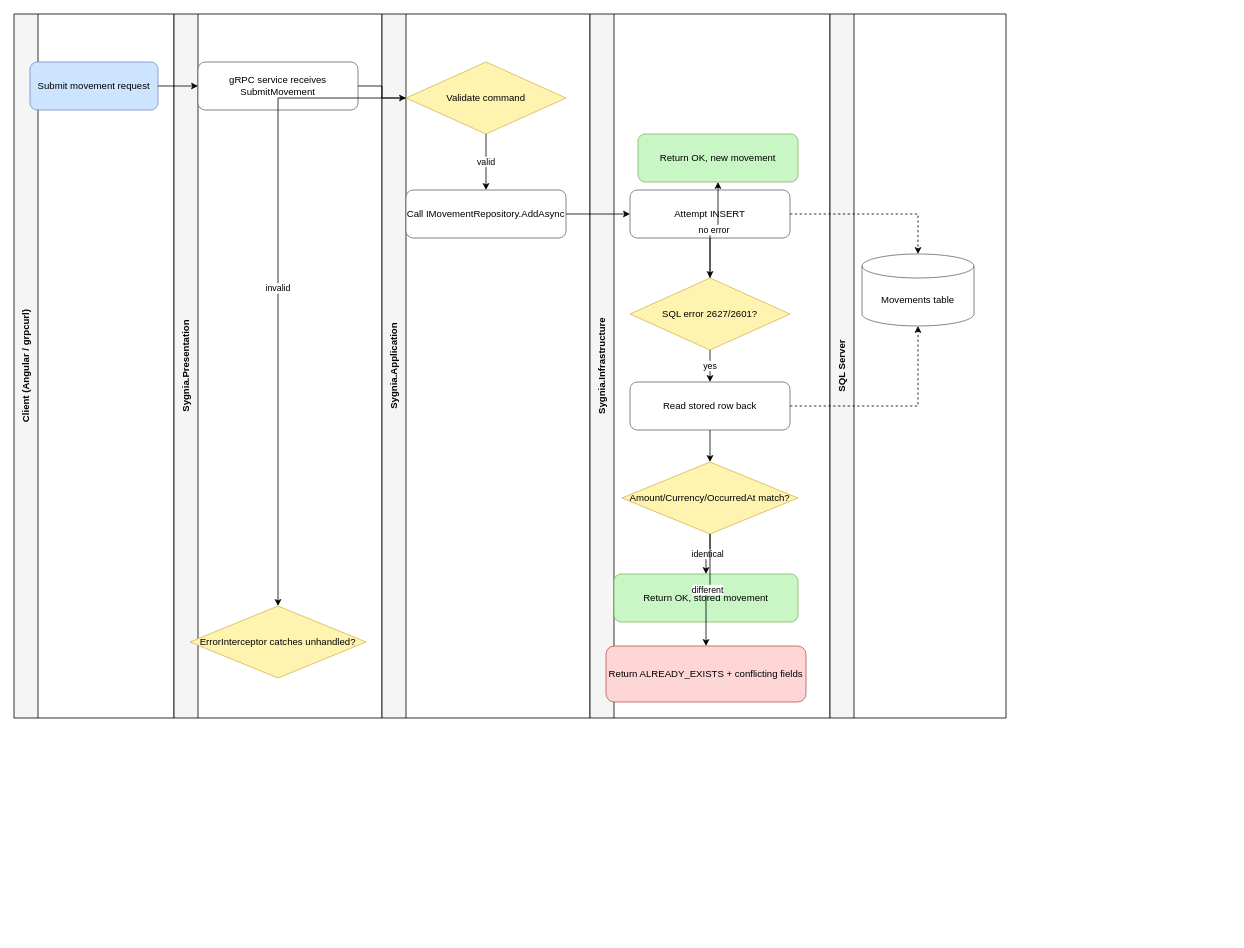
johanccs/Sygnia_Cash-Movements keeps this draw.io diagram as docs/diagrams/activity-submit-movement.drawio. Above is the earlier version. Source tidied: cells renumbered, new cells numbered last; positions are measured from the earlier drawing's top-left corner, leaving out a move shared by most shapes. Both pictures are drawn from the tidied source at 80%, with x=0, y=0 at pixel (14, 14).
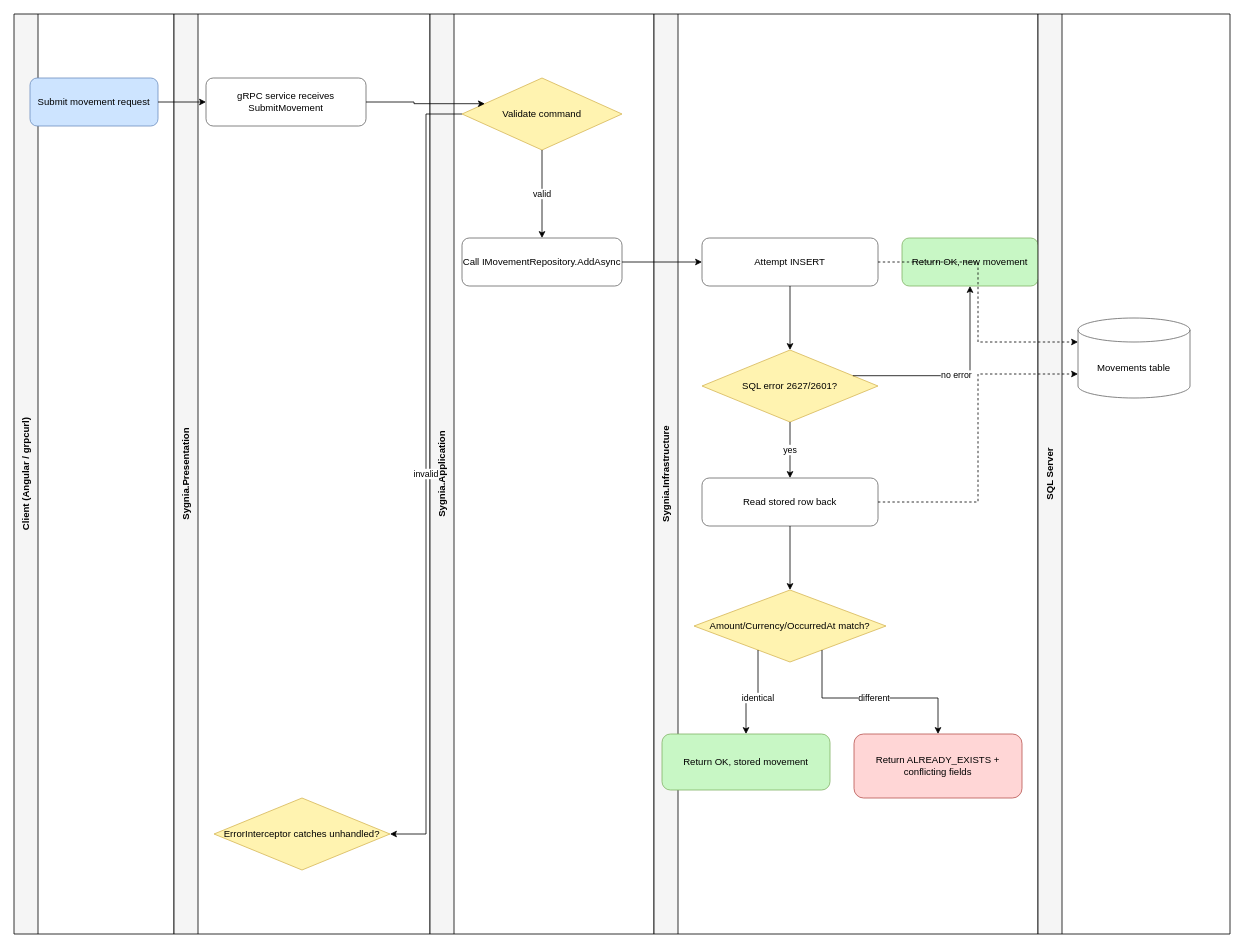
Above is the later version.

Commit message (it also covers changes not shown here):
fix: resolve overlapping shapes/arrows in activity diagram

Change to the diagram source:
```diff
@@
     <mxCell id="2" value="Client (Angular / grpcurl)" style="swimlane;horizontal=0;whiteSpace=wrap;html=1;startSize=30;fillColor=#f5f5f5;" parent="1" vertex="1">
-      <mxGeometry width="200" height="880" as="geometry" />
+      <mxGeometry width="200" height="1150" as="geometry" />
     </mxCell>
     <mxCell id="3" value="Sygnia.Presentation" style="swimlane;horizontal=0;whiteSpace=wrap;html=1;startSize=30;fillColor=#f5f5f5;" parent="1" vertex="1">
-      <mxGeometry x="200" width="260" height="880" as="geometry" />
+      <mxGeometry x="200" width="320" height="1150" as="geometry" />
     </mxCell>
     <mxCell id="4" value="Sygnia.Application" style="swimlane;horizontal=0;whiteSpace=wrap;html=1;startSize=30;fillColor=#f5f5f5;" parent="1" vertex="1">
-      <mxGeometry x="460" width="260" height="880" as="geometry" />
+      <mxGeometry x="520" width="280" height="1150" as="geometry" />
     </mxCell>
     <mxCell id="5" value="Sygnia.Infrastructure" style="swimlane;horizontal=0;whiteSpace=wrap;html=1;startSize=30;fillColor=#f5f5f5;" parent="1" vertex="1">
-      <mxGeometry x="720" width="300" height="880" as="geometry" />
+      <mxGeometry x="800" width="480" height="1150" as="geometry" />
     </mxCell>
     <mxCell id="6" value="SQL Server" style="swimlane;horizontal=0;whiteSpace=wrap;html=1;startSize=30;fillColor=#f5f5f5;" parent="1" vertex="1">
-      <mxGeometry x="1020" width="220" height="880" as="geometry" />
+      <mxGeometry x="1280" width="240" height="1150" as="geometry" />
     </mxCell>
     <mxCell id="7" value="Submit movement request" style="rounded=1;whiteSpace=wrap;html=1;fillColor=#cde4ff;strokeColor=#6c8ebf;" parent="2" vertex="1">
-      <mxGeometry x="20" y="60" width="160" height="60" as="geometry" />
+      <mxGeometry x="20" y="80" width="160" height="60" as="geometry" />
     </mxCell>
     <mxCell id="8" value="gRPC service receives SubmitMovement" style="rounded=1;whiteSpace=wrap;html=1;fillColor=#ffffff;strokeColor=#666666;" parent="3" vertex="1">
-      <mxGeometry x="30" y="60" width="200" height="60" as="geometry" />
+      <mxGeometry x="40" y="80" width="200" height="60" as="geometry" />
     </mxCell>
     <mxCell id="9" value="ErrorInterceptor catches unhandled?" style="rhombus;whiteSpace=wrap;html=1;fillColor=#fff3b0;strokeColor=#d6b656;" parent="3" vertex="1">
-      <mxGeometry x="20" y="740" width="220" height="90" as="geometry" />
+      <mxGeometry x="50" y="980" width="220" height="90" as="geometry" />
     </mxCell>
     <mxCell id="10" value="Validate command" style="rhombus;whiteSpace=wrap;html=1;fillColor=#fff3b0;strokeColor=#d6b656;" parent="4" vertex="1">
-      <mxGeometry x="30" y="60" width="200" height="90" as="geometry" />
+      <mxGeometry x="40" y="80" width="200" height="90" as="geometry" />
     </mxCell>
     <mxCell id="11" value="Call IMovementRepository.AddAsync" style="rounded=1;whiteSpace=wrap;html=1;fillColor=#ffffff;strokeColor=#666666;" parent="4" vertex="1">
-      <mxGeometry x="30" y="220" width="200" height="60" as="geometry" />
+      <mxGeometry x="40" y="280" width="200" height="60" as="geometry" />
     </mxCell>
     <mxCell id="12" value="Attempt INSERT" style="rounded=1;whiteSpace=wrap;html=1;fillColor=#ffffff;strokeColor=#666666;" parent="5" vertex="1">
-      <mxGeometry x="50" y="220" width="200" height="60" as="geometry" />
+      <mxGeometry x="60" y="280" width="220" height="60" as="geometry" />
     </mxCell>
+    <mxCell id="18" value="Return OK, new movement" style="rounded=1;whiteSpace=wrap;html=1;fillColor=#c8f7c5;strokeColor=#82b366;" parent="5" vertex="1">
+      <mxGeometry x="310" y="280" width="170" height="60" as="geometry" />
+    </mxCell>
     <mxCell id="13" value="SQL error 2627/2601?" style="rhombus;whiteSpace=wrap;html=1;fillColor=#fff3b0;strokeColor=#d6b656;" parent="5" vertex="1">
-      <mxGeometry x="50" y="330" width="200" height="90" as="geometry" />
+      <mxGeometry x="60" y="420" width="220" height="90" as="geometry" />
     </mxCell>
     <mxCell id="14" value="Read stored row back" style="rounded=1;whiteSpace=wrap;html=1;fillColor=#ffffff;strokeColor=#666666;" parent="5" vertex="1">
-      <mxGeometry x="50" y="460" width="200" height="60" as="geometry" />
+      <mxGeometry x="60" y="580" width="220" height="60" as="geometry" />
     </mxCell>
     <mxCell id="15" value="Amount/Currency/OccurredAt match?" style="rhombus;whiteSpace=wrap;html=1;fillColor=#fff3b0;strokeColor=#d6b656;" parent="5" vertex="1">
-      <mxGeometry x="40" y="560" width="220" height="90" as="geometry" />
+      <mxGeometry x="50" y="720" width="240" height="90" as="geometry" />
     </mxCell>
     <mxCell id="16" value="Return OK, stored movement" style="rounded=1;whiteSpace=wrap;html=1;fillColor=#c8f7c5;strokeColor=#82b366;" parent="5" vertex="1">
-      <mxGeometry x="30" y="700" width="230" height="60" as="geometry" />
+      <mxGeometry x="10" y="900" width="210" height="70" as="geometry" />
     </mxCell>
     <mxCell id="17" value="Return ALREADY_EXISTS + conflicting fields" style="rounded=1;whiteSpace=wrap;html=1;fillColor=#ffd6d6;strokeColor=#b85450;" parent="5" vertex="1">
-      <mxGeometry x="20" y="790" width="250" height="70" as="geometry" />
+      <mxGeometry x="250" y="900" width="210" height="80" as="geometry" />
     </mxCell>
-    <mxCell id="18" value="Return OK, new movement" style="rounded=1;whiteSpace=wrap;html=1;fillColor=#c8f7c5;strokeColor=#82b366;" parent="5" vertex="1">
-      <mxGeometry x="60" y="150" width="200" height="60" as="geometry" />
-    </mxCell>
     <mxCell id="19" value="Movements table" style="shape=cylinder3;whiteSpace=wrap;html=1;fillColor=#ffffff;strokeColor=#666666;boundedLbl=1;" parent="6" vertex="1">
-      <mxGeometry x="40" y="300" width="140" height="90" as="geometry" />
+      <mxGeometry x="50" y="380" width="140" height="100" as="geometry" />
     </mxCell>
-    <mxCell id="20" style="edgeStyle=orthogonalEdgeStyle;rounded=0;html=1;" parent="1" edge="1" source="7" target="8">
+    <mxCell id="20" style="edgeStyle=orthogonalEdgeStyle;rounded=0;html=1;exitX=1;exitY=0.5;exitDx=0;exitDy=0;entryX=0;entryY=0.5;entryDx=0;entryDy=0;" parent="1" edge="1" source="7" target="8">
       <mxGeometry relative="1" as="geometry" />
     </mxCell>
-    <mxCell id="21" style="edgeStyle=orthogonalEdgeStyle;rounded=0;html=1;" parent="1" edge="1" source="8" target="10">
+    <mxCell id="21" style="edgeStyle=orthogonalEdgeStyle;rounded=0;html=1;exitX=1;exitY=0.5;exitDx=0;exitDy=0;entryX=0;entryY=0.3;entryDx=0;entryDy=0;" parent="1" edge="1" source="8" target="10">
       <mxGeometry relative="1" as="geometry" />
     </mxCell>
-    <mxCell id="22" value="invalid" style="edgeStyle=orthogonalEdgeStyle;rounded=0;html=1;" parent="1" edge="1" source="10" target="9">
+    <mxCell id="22" value="invalid" style="edgeStyle=orthogonalEdgeStyle;rounded=0;html=1;exitX=0;exitY=0.5;exitDx=0;exitDy=0;entryX=1;entryY=0.5;entryDx=0;entryDy=0;" parent="1" edge="1" source="10" target="9">
       <mxGeometry relative="1" as="geometry" />
     </mxCell>
-    <mxCell id="23" value="valid" style="edgeStyle=orthogonalEdgeStyle;rounded=0;html=1;" parent="1" edge="1" source="10" target="11">
+    <mxCell id="23" value="valid" style="edgeStyle=orthogonalEdgeStyle;rounded=0;html=1;exitX=0.5;exitY=1;exitDx=0;exitDy=0;entryX=0.5;entryY=0;entryDx=0;entryDy=0;" parent="1" edge="1" source="10" target="11">
       <mxGeometry relative="1" as="geometry" />
     </mxCell>
-    <mxCell id="24" style="edgeStyle=orthogonalEdgeStyle;rounded=0;html=1;" parent="1" edge="1" source="11" target="12">
+    <mxCell id="24" style="edgeStyle=orthogonalEdgeStyle;rounded=0;html=1;exitX=1;exitY=0.5;exitDx=0;exitDy=0;entryX=0;entryY=0.5;entryDx=0;entryDy=0;" parent="1" edge="1" source="11" target="12">
       <mxGeometry relative="1" as="geometry" />
     </mxCell>
-    <mxCell id="25" style="edgeStyle=orthogonalEdgeStyle;rounded=0;html=1;" parent="1" edge="1" source="12" target="13">
+    <mxCell id="25" style="edgeStyle=orthogonalEdgeStyle;rounded=0;html=1;exitX=0.5;exitY=1;exitDx=0;exitDy=0;entryX=0.5;entryY=0;entryDx=0;entryDy=0;" parent="1" edge="1" source="12" target="13">
       <mxGeometry relative="1" as="geometry" />
     </mxCell>
-    <mxCell id="26" value="yes" style="edgeStyle=orthogonalEdgeStyle;rounded=0;html=1;" parent="1" edge="1" source="13" target="14">
+    <mxCell id="26" value="yes" style="edgeStyle=orthogonalEdgeStyle;rounded=0;html=1;exitX=0.5;exitY=1;exitDx=0;exitDy=0;entryX=0.5;entryY=0;entryDx=0;entryDy=0;" parent="1" edge="1" source="13" target="14">
       <mxGeometry relative="1" as="geometry" />
     </mxCell>
-    <mxCell id="27" value="no error" style="edgeStyle=orthogonalEdgeStyle;rounded=0;html=1;" parent="1" edge="1" source="13" target="18">
+    <mxCell id="27" value="no error" style="edgeStyle=orthogonalEdgeStyle;rounded=0;html=1;exitX=1;exitY=0.3;exitDx=0;exitDy=0;entryX=0.5;entryY=1;entryDx=0;entryDy=0;" parent="1" edge="1" source="13" target="18">
       <mxGeometry relative="1" as="geometry" />
     </mxCell>
-    <mxCell id="28" style="edgeStyle=orthogonalEdgeStyle;rounded=0;html=1;" parent="1" edge="1" source="14" target="15">
+    <mxCell id="28" style="edgeStyle=orthogonalEdgeStyle;rounded=0;html=1;exitX=0.5;exitY=1;exitDx=0;exitDy=0;entryX=0.5;entryY=0;entryDx=0;entryDy=0;" parent="1" edge="1" source="14" target="15">
       <mxGeometry relative="1" as="geometry" />
     </mxCell>
-    <mxCell id="29" value="identical" style="edgeStyle=orthogonalEdgeStyle;rounded=0;html=1;" parent="1" edge="1" source="15" target="16">
+    <mxCell id="29" value="identical" style="edgeStyle=orthogonalEdgeStyle;rounded=0;html=1;exitX=0.25;exitY=1;exitDx=0;exitDy=0;entryX=0.5;entryY=0;entryDx=0;entryDy=0;" parent="1" edge="1" source="15" target="16">
       <mxGeometry relative="1" as="geometry" />
     </mxCell>
-    <mxCell id="30" value="different" style="edgeStyle=orthogonalEdgeStyle;rounded=0;html=1;" parent="1" edge="1" source="15" target="17">
+    <mxCell id="30" value="different" style="edgeStyle=orthogonalEdgeStyle;rounded=0;html=1;exitX=0.75;exitY=1;exitDx=0;exitDy=0;entryX=0.5;entryY=0;entryDx=0;entryDy=0;" parent="1" edge="1" source="15" target="17">
       <mxGeometry relative="1" as="geometry" />
     </mxCell>
-    <mxCell id="31" style="edgeStyle=orthogonalEdgeStyle;rounded=0;html=1;dashed=1;" parent="1" edge="1" source="12" target="19">
+    <mxCell id="31" style="edgeStyle=orthogonalEdgeStyle;rounded=0;html=1;dashed=1;exitX=1;exitY=0.5;exitDx=0;exitDy=0;entryX=0;entryY=0.3;entryDx=0;entryDy=0;" parent="1" edge="1" source="12" target="19">
       <mxGeometry relative="1" as="geometry" />
     </mxCell>
-    <mxCell id="32" style="edgeStyle=orthogonalEdgeStyle;rounded=0;html=1;dashed=1;" parent="1" edge="1" source="14" target="19">
+    <mxCell id="32" style="edgeStyle=orthogonalEdgeStyle;rounded=0;html=1;dashed=1;exitX=1;exitY=0.5;exitDx=0;exitDy=0;entryX=0;entryY=0.7;entryDx=0;entryDy=0;" parent="1" edge="1" source="14" target="19">
       <mxGeometry relative="1" as="geometry" />
     </mxCell>
```
